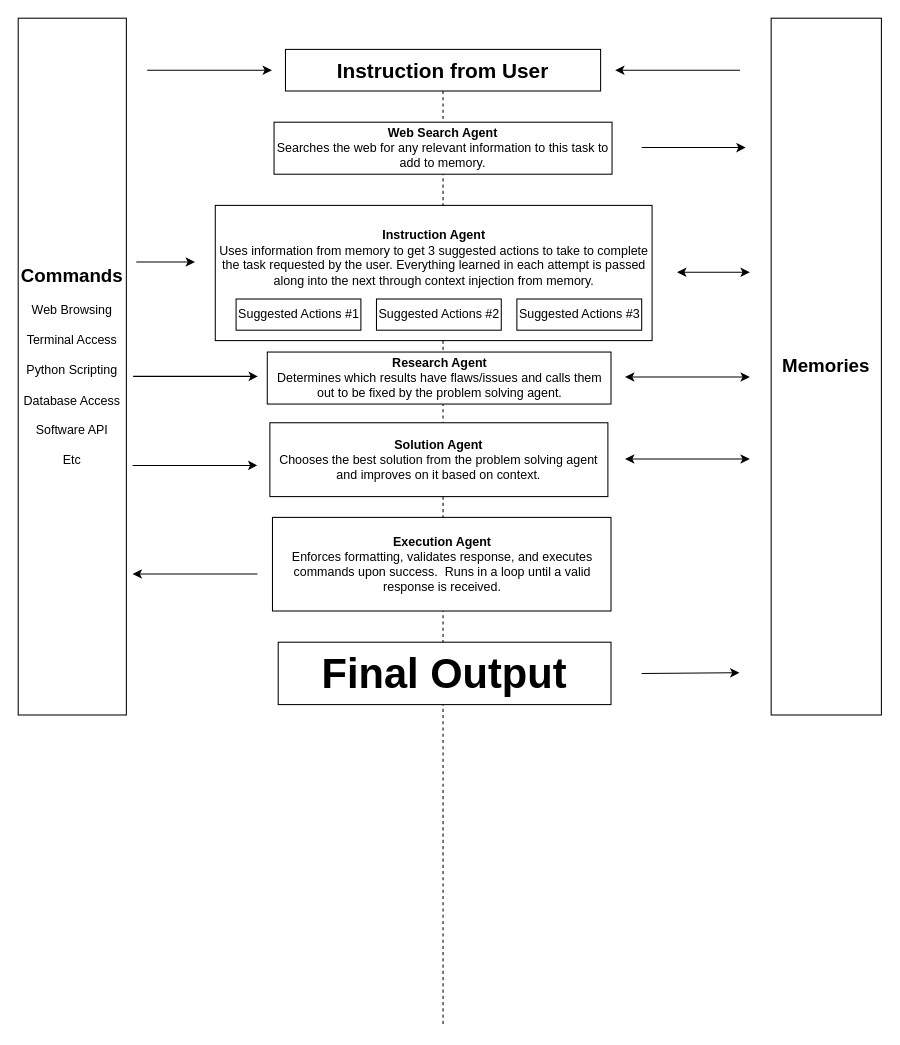
Above: docs/Untitled Diagram.drawio in Josh-XT/AGiXT (draw.io), before the change. Source tidied: cells renumbered, new cells numbered last; positions are measured from the earlier drawing's top-left corner, leaving out a move shared by most shapes. Both pictures are drawn from the tidied source at 104%, with x=0, y=0 at pixel (18, 18).
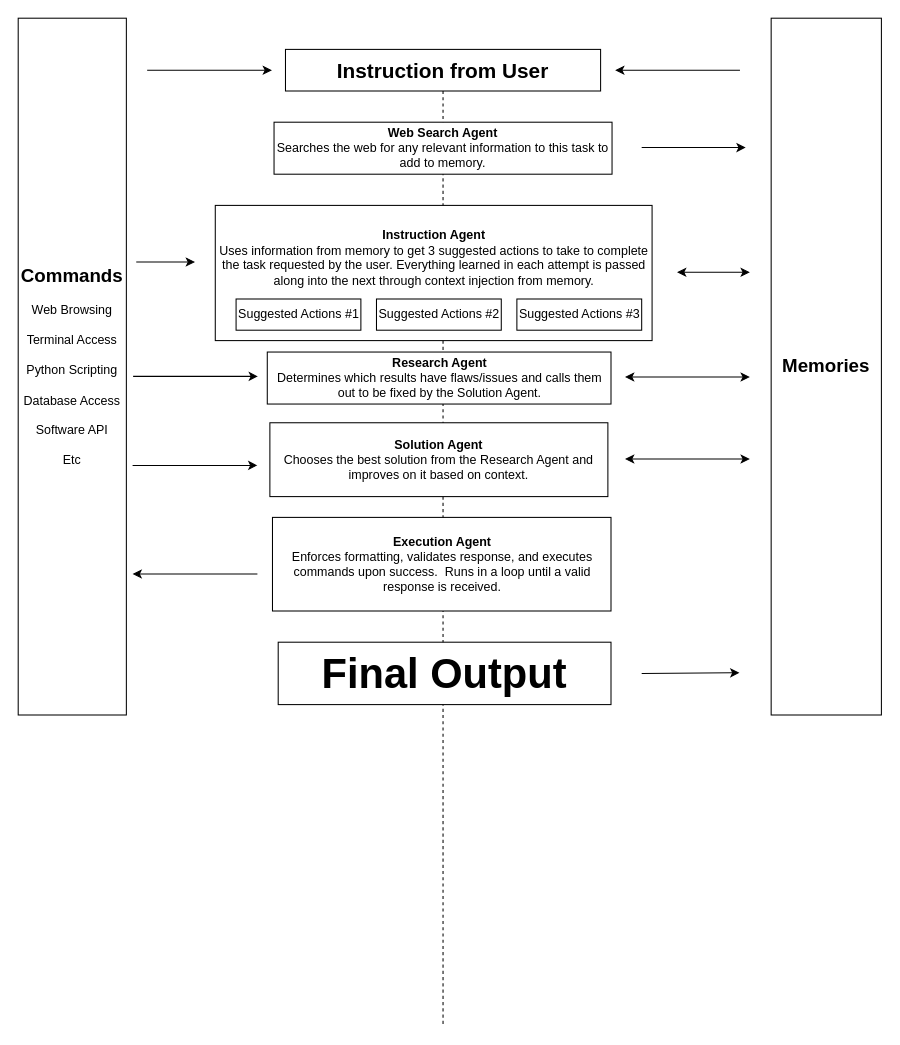
After the change.

The edit, as a diff of the source:
```diff
@@
-    <mxCell id="8" value="&lt;b&gt;Research Agent&lt;/b&gt;&lt;br&gt;Determines which results have flaws/issues and calls them out to be fixed by the problem solving agent." style="rounded=0;whiteSpace=wrap;html=1;" parent="1" vertex="1">
+    <mxCell id="8" value="&lt;b&gt;Research Agent&lt;/b&gt;&lt;br&gt;Determines which results have flaws/issues and calls them out to be fixed by the Solution Agent." style="rounded=0;whiteSpace=wrap;html=1;" parent="1" vertex="1">
       <mxGeometry x="239.5" y="321" width="330.5" height="50" as="geometry" />
     </mxCell>
-    <mxCell id="9" value="&lt;b&gt;Solution Agent&lt;/b&gt;&lt;br&gt;Chooses the best solution from the problem solving agent and improves on it based on context." style="rounded=0;whiteSpace=wrap;html=1;" parent="1" vertex="1">
+    <mxCell id="9" value="&lt;b&gt;Solution Agent&lt;/b&gt;&lt;br&gt;Chooses the best solution from the Research Agent and improves on it based on context." style="rounded=0;whiteSpace=wrap;html=1;" parent="1" vertex="1">
       <mxGeometry x="242" y="389" width="325" height="71" as="geometry" />
     </mxCell>
```
